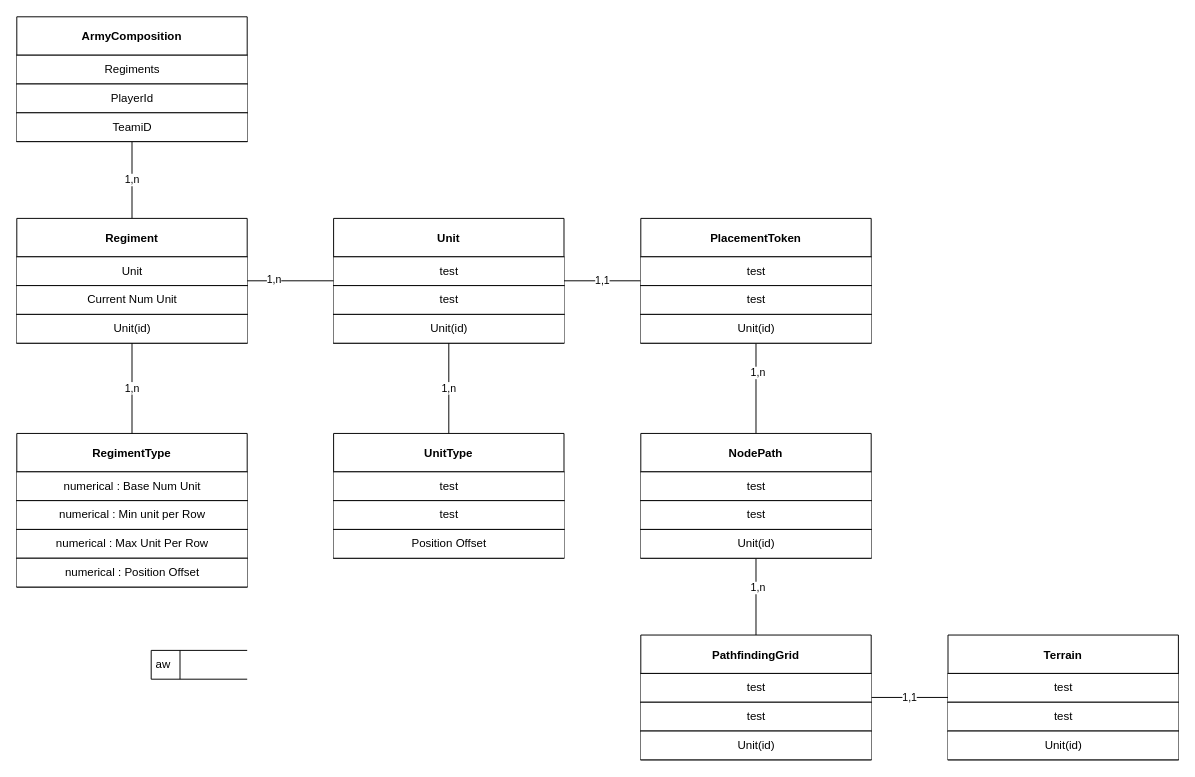
This is MCD_RTT_GAME.drawio from Cat-du-Fromage/MA-08-Model-RTTGame, a draw.io file, before an edit. Source tidied: cells renumbered, new cells numbered last; positions are measured from the earlier drawing's top-left corner, leaving out a move shared by most shapes. Both pictures are drawn from the tidied source at 96%, with x=0, y=0 at pixel (16, 16).
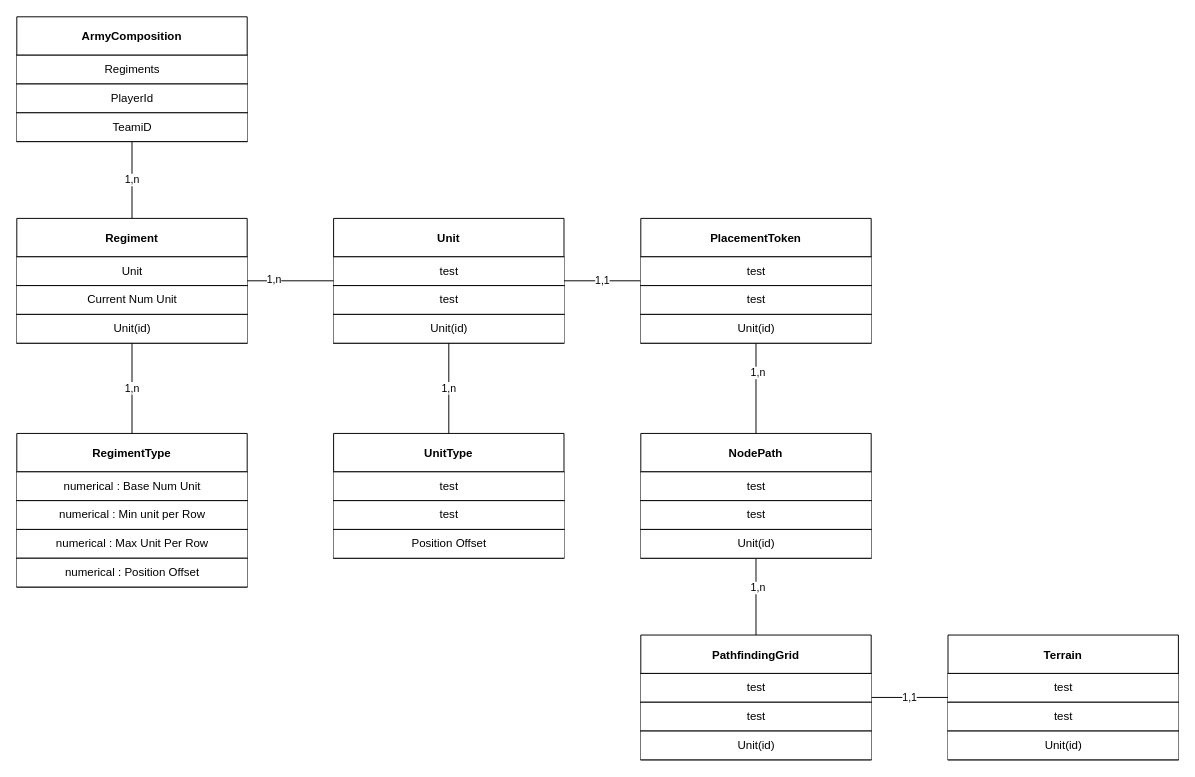
The same diagram, later.

Commit message (it also covers changes not shown here):
add MCD png format

The edit, as a diff of the source:
```diff
@@
-    <mxCell id="51" value="aw" style="html=1;dashed=0;whitespace=wrap;shape=mxgraph.dfd.dataStoreID;align=left;spacingLeft=3;" parent="1" vertex="1">
-      <mxGeometry x="140" y="660" width="100" height="30" as="geometry" />
-    </mxCell>
```
